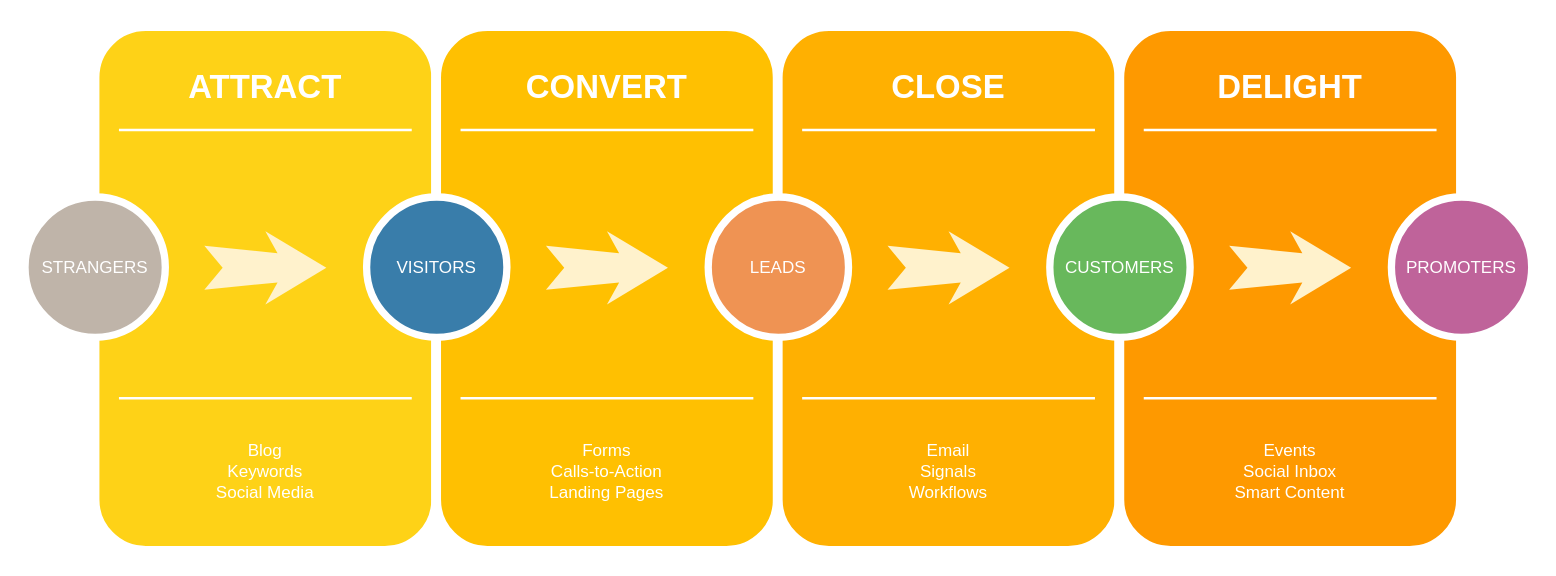
Before: 项目工作时间线.drawio in zeandon/draw.io, a draw.io diagram. Source tidied: cells renumbered, new cells numbered last; positions are measured from the earlier drawing's top-left corner, leaving out a move shared by most shapes. Both pictures are drawn from the tidied source at 122%, with x=0, y=0 at pixel (24, 26).
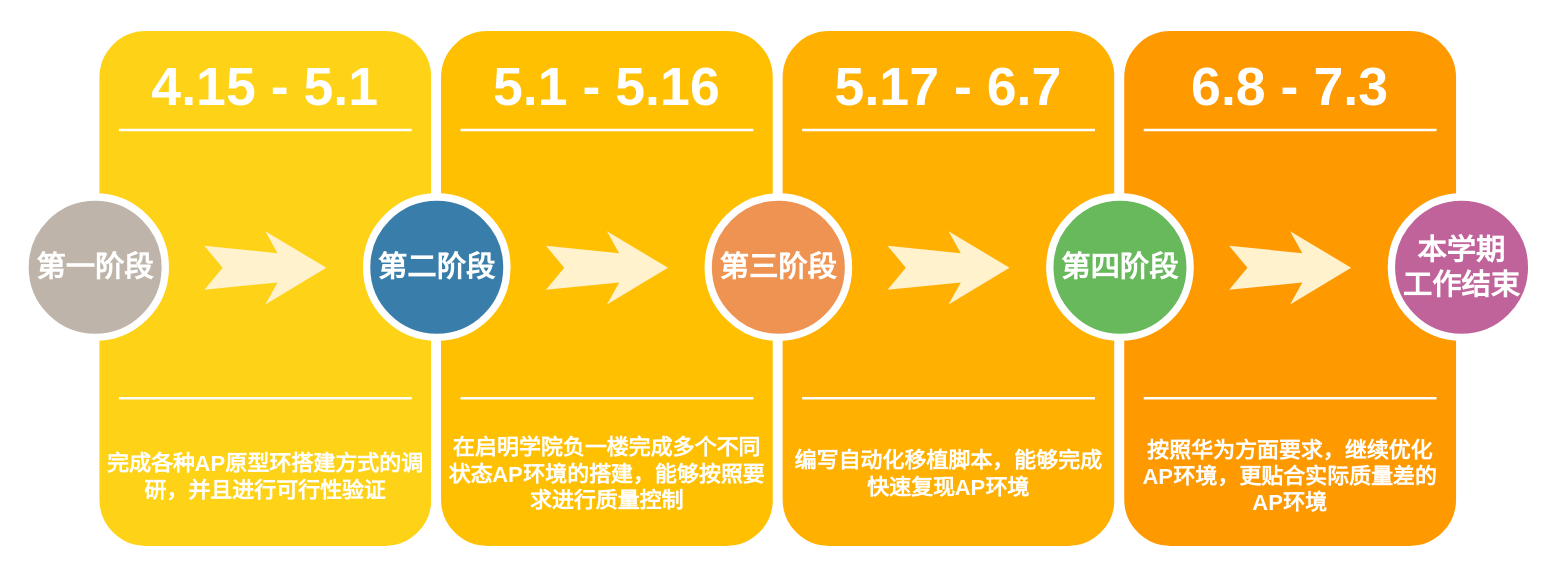
After the change.

Commit message:
更新项目工作时间线.drawio

Change to the diagram source:
```diff
@@
-    <mxCell id="3" value="ATTRACT" style="text;html=1;strokeColor=none;fillColor=none;align=center;verticalAlign=middle;whiteSpace=wrap;rounded=0;shadow=0;fontSize=27;fontColor=#FFFFFF;fontStyle=1;" parent="1" vertex="1">
+    <mxCell id="3" value="4.15 - 5.1" style="text;html=1;strokeColor=none;fillColor=none;align=center;verticalAlign=middle;whiteSpace=wrap;rounded=0;shadow=0;fontSize=44;fontColor=#FFFFFF;fontStyle=1;" parent="1" vertex="1">
       <mxGeometry x="57" y="20" width="280" height="60" as="geometry" />
     </mxCell>
-    <mxCell id="4" value="Blog&lt;div&gt;Keywords&lt;/div&gt;&lt;div&gt;Social Media&lt;/div&gt;" style="text;html=1;strokeColor=none;fillColor=none;align=center;verticalAlign=middle;whiteSpace=wrap;rounded=0;shadow=0;fontSize=14;fontColor=#FFFFFF;" parent="1" vertex="1">
-      <mxGeometry x="57" y="320" width="280" height="90" as="geometry" />
+    <mxCell id="4" value="完成各种AP原型环搭建方式的调研，并且进行可行性验证" style="text;html=1;strokeColor=none;fillColor=none;align=center;verticalAlign=middle;whiteSpace=wrap;rounded=0;shadow=0;fontSize=18;fontColor=#FFFFFF;fontStyle=1;" parent="1" vertex="1">
+      <mxGeometry x="57" y="325" width="280" height="90" as="geometry" />
     </mxCell>
@@
-    <mxCell id="7" value="STRANGERS" style="ellipse;whiteSpace=wrap;html=1;rounded=0;shadow=0;strokeWidth=6;fontSize=14;align=center;fillColor=#BFB4A9;strokeColor=#FFFFFF;fontColor=#FFFFFF;" parent="1" vertex="1">
+    <mxCell id="7" value="第一阶段" style="ellipse;whiteSpace=wrap;html=1;rounded=0;shadow=0;strokeWidth=6;fontSize=24;align=center;fillColor=#BFB4A9;strokeColor=#FFFFFF;fontColor=#FFFFFF;fontStyle=1;" parent="1" vertex="1">
       <mxGeometry y="140" width="115" height="115" as="geometry" />
     </mxCell>
@@
-    <mxCell id="10" value="CONVERT" style="text;html=1;strokeColor=none;fillColor=none;align=center;verticalAlign=middle;whiteSpace=wrap;rounded=0;shadow=0;fontSize=27;fontColor=#FFFFFF;fontStyle=1;" parent="1" vertex="1">
+    <mxCell id="10" value="5.1 - 5.16" style="text;html=1;strokeColor=none;fillColor=none;align=center;verticalAlign=middle;whiteSpace=wrap;rounded=0;shadow=0;fontSize=44;fontColor=#FFFFFF;fontStyle=1;" parent="1" vertex="1">
       <mxGeometry x="337" y="20" width="280" height="60" as="geometry" />
     </mxCell>
-    <mxCell id="11" value="Forms&lt;div&gt;Calls-to-Action&lt;/div&gt;&lt;div&gt;Landing Pages&lt;/div&gt;" style="text;html=1;strokeColor=none;fillColor=none;align=center;verticalAlign=middle;whiteSpace=wrap;rounded=0;shadow=0;fontSize=14;fontColor=#FFFFFF;" parent="1" vertex="1">
-      <mxGeometry x="337" y="320" width="280" height="90" as="geometry" />
+    <mxCell id="11" value="在启明学院负一楼完成多个不同状态AP环境的搭建，能够按照要求进行质量控制" style="text;html=1;strokeColor=none;fillColor=none;align=center;verticalAlign=middle;whiteSpace=wrap;rounded=0;shadow=0;fontSize=18;fontColor=#FFFFFF;fontStyle=1;" parent="1" vertex="1">
+      <mxGeometry x="345" y="325" width="264" height="85" as="geometry" />
     </mxCell>
@@
-    <mxCell id="14" value="VISITORS" style="ellipse;whiteSpace=wrap;html=1;rounded=0;shadow=0;strokeWidth=6;fontSize=14;align=center;fillColor=#397DAA;strokeColor=#FFFFFF;fontColor=#FFFFFF;" parent="1" vertex="1">
+    <mxCell id="14" value="第二阶段" style="ellipse;whiteSpace=wrap;html=1;rounded=0;shadow=0;strokeWidth=6;fontSize=24;align=center;fillColor=#397DAA;strokeColor=#FFFFFF;fontColor=#FFFFFF;fontStyle=1;" parent="1" vertex="1">
       <mxGeometry x="280" y="140" width="115" height="115" as="geometry" />
     </mxCell>
@@
-    <mxCell id="17" value="CLOSE" style="text;html=1;strokeColor=none;fillColor=none;align=center;verticalAlign=middle;whiteSpace=wrap;rounded=0;shadow=0;fontSize=27;fontColor=#FFFFFF;fontStyle=1;" parent="1" vertex="1">
+    <mxCell id="17" value="5.17 - 6.7" style="text;html=1;strokeColor=none;fillColor=none;align=center;verticalAlign=middle;whiteSpace=wrap;rounded=0;shadow=0;fontSize=44;fontColor=#FFFFFF;fontStyle=1;" parent="1" vertex="1">
       <mxGeometry x="617" y="20" width="280" height="60" as="geometry" />
     </mxCell>
-    <mxCell id="18" value="Email&lt;div&gt;Signals&lt;/div&gt;&lt;div&gt;Workflows&lt;/div&gt;" style="text;html=1;strokeColor=none;fillColor=none;align=center;verticalAlign=middle;whiteSpace=wrap;rounded=0;shadow=0;fontSize=14;fontColor=#FFFFFF;" parent="1" vertex="1">
-      <mxGeometry x="617" y="320" width="280" height="90" as="geometry" />
+    <mxCell id="18" value="编写自动化移植脚本，能够完成快速复现AP环境" style="text;html=1;strokeColor=none;fillColor=none;align=center;verticalAlign=middle;whiteSpace=wrap;rounded=0;shadow=0;fontSize=18;fontColor=#FFFFFF;fontStyle=1;" parent="1" vertex="1">
+      <mxGeometry x="630" y="327.5" width="254" height="80" as="geometry" />
     </mxCell>
@@
-    <mxCell id="21" value="LEADS" style="ellipse;whiteSpace=wrap;html=1;rounded=0;shadow=0;strokeWidth=6;fontSize=14;align=center;fillColor=#EF9353;strokeColor=#FFFFFF;fontColor=#FFFFFF;" parent="1" vertex="1">
+    <mxCell id="21" value="第三阶段" style="ellipse;whiteSpace=wrap;html=1;rounded=0;shadow=0;strokeWidth=6;fontSize=24;align=center;fillColor=#EF9353;strokeColor=#FFFFFF;fontColor=#FFFFFF;fontStyle=1;" parent="1" vertex="1">
       <mxGeometry x="560" y="140" width="115" height="115" as="geometry" />
     </mxCell>
@@
-    <mxCell id="24" value="DELIGHT" style="text;html=1;strokeColor=none;fillColor=none;align=center;verticalAlign=middle;whiteSpace=wrap;rounded=0;shadow=0;fontSize=27;fontColor=#FFFFFF;fontStyle=1;" parent="1" vertex="1">
+    <mxCell id="24" value="6.8 - 7.3" style="text;html=1;strokeColor=none;fillColor=none;align=center;verticalAlign=middle;whiteSpace=wrap;rounded=0;shadow=0;fontSize=44;fontColor=#FFFFFF;fontStyle=1;" parent="1" vertex="1">
       <mxGeometry x="897" y="20" width="280" height="60" as="geometry" />
     </mxCell>
-    <mxCell id="25" value="Events&lt;div&gt;Social Inbox&lt;/div&gt;&lt;div&gt;Smart Content&lt;/div&gt;" style="text;html=1;strokeColor=none;fillColor=none;align=center;verticalAlign=middle;whiteSpace=wrap;rounded=0;shadow=0;fontSize=14;fontColor=#FFFFFF;" parent="1" vertex="1">
-      <mxGeometry x="897" y="320" width="280" height="90" as="geometry" />
+    <mxCell id="25" value="按照华为方面要求，继续优化AP环境，更贴合实际质量差的AP环境" style="text;html=1;strokeColor=none;fillColor=none;align=center;verticalAlign=middle;whiteSpace=wrap;rounded=0;shadow=0;fontSize=18;fontColor=#FFFFFF;fontStyle=1;" parent="1" vertex="1">
+      <mxGeometry x="914" y="327.5" width="246" height="85" as="geometry" />
     </mxCell>
@@
-    <mxCell id="28" value="CUSTOMERS" style="ellipse;whiteSpace=wrap;html=1;rounded=0;shadow=0;strokeWidth=6;fontSize=14;align=center;fillColor=#68B85C;strokeColor=#FFFFFF;fontColor=#FFFFFF;" parent="1" vertex="1">
+    <mxCell id="28" value="第四阶段" style="ellipse;whiteSpace=wrap;html=1;rounded=0;shadow=0;strokeWidth=6;fontSize=24;align=center;fillColor=#68B85C;strokeColor=#FFFFFF;fontColor=#FFFFFF;fontStyle=1;" parent="1" vertex="1">
       <mxGeometry x="840" y="140" width="115" height="115" as="geometry" />
     </mxCell>
@@
-    <mxCell id="30" value="PROMOTERS" style="ellipse;whiteSpace=wrap;html=1;rounded=0;shadow=0;strokeWidth=6;fontSize=14;align=center;fillColor=#BF639A;strokeColor=#FFFFFF;fontColor=#FFFFFF;" parent="1" vertex="1">
+    <mxCell id="30" value="本学期&lt;br&gt;工作结束" style="ellipse;whiteSpace=wrap;html=1;rounded=0;shadow=0;strokeWidth=6;fontSize=24;align=center;fillColor=#BF639A;strokeColor=#FFFFFF;fontColor=#FFFFFF;fontStyle=1;" parent="1" vertex="1">
       <mxGeometry x="1120" y="140" width="115" height="115" as="geometry" />
     </mxCell>
```
